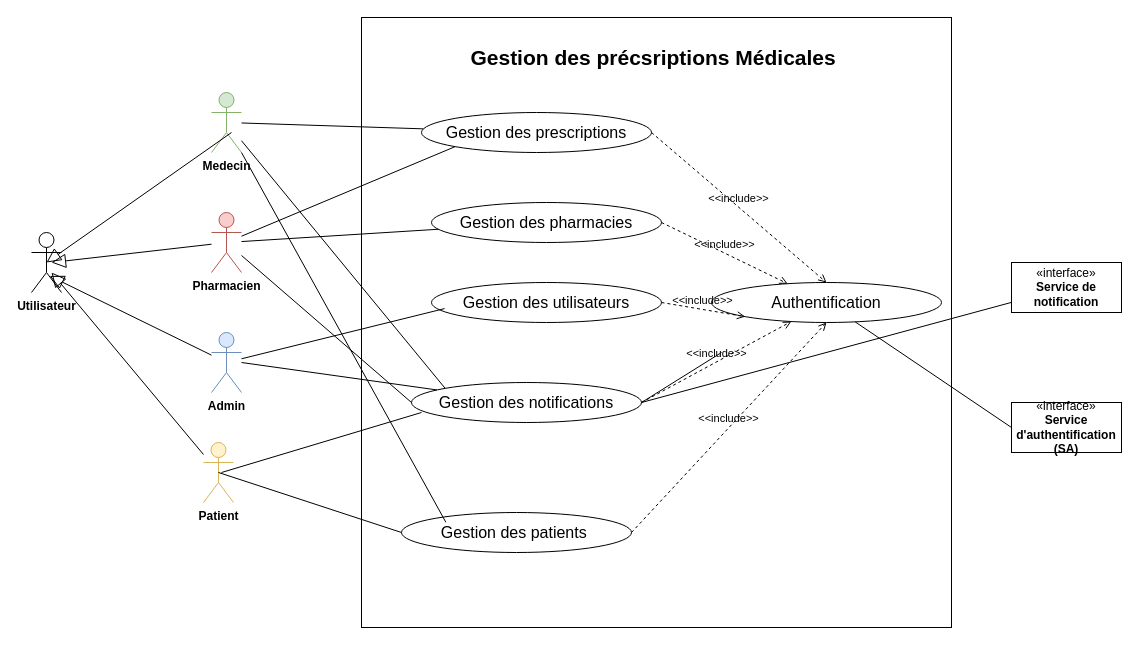
The draw.io diagram Use case Raffiné.drawio in siwar630/Conception-pfe, before the edit. Source tidied: cells renumbered, new cells numbered last; positions are measured from the earlier drawing's top-left corner, leaving out a move shared by most shapes. Both pictures are drawn from the tidied source at 100%, with x=0, y=0 at pixel (31, 17).
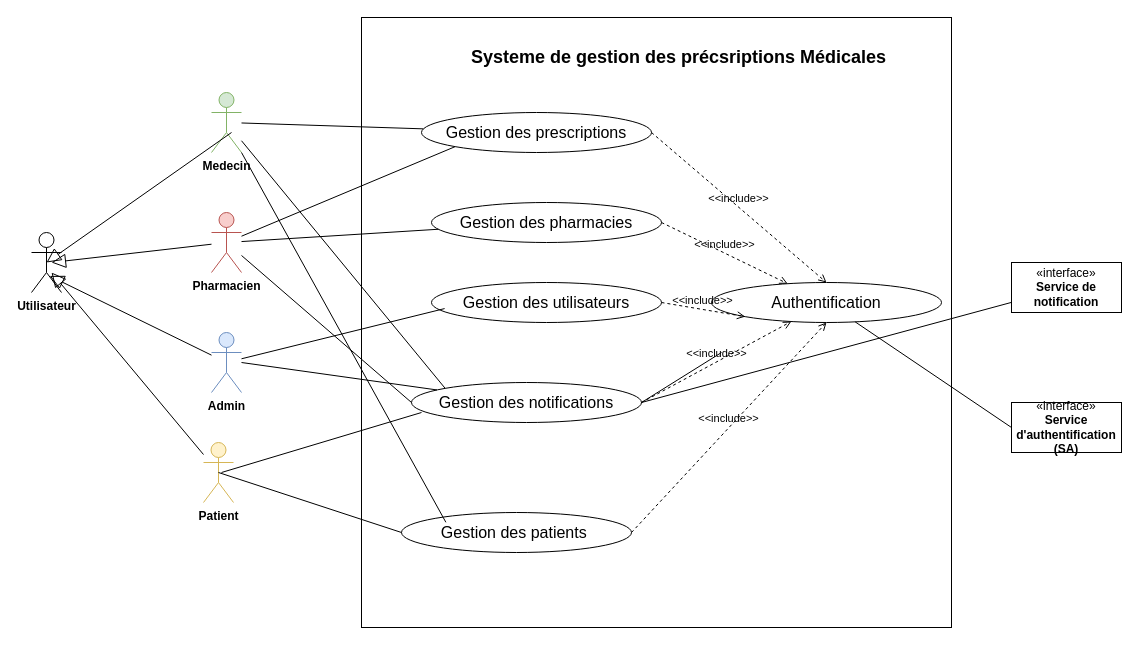
The same diagram, later.

Commit message:
Mettre à jour Use case Raffiné.drawio

Change to the diagram source:
```diff
@@
-    <mxCell id="3" value="&lt;b&gt;&lt;font style=&quot;font-size: 21px;&quot;&gt;Gestion des précsriptions Médicales&amp;nbsp;&lt;/font&gt;&lt;/b&gt;" style="text;html=1;align=center;verticalAlign=middle;whiteSpace=wrap;rounded=0;" parent="1" vertex="1">
-      <mxGeometry x="430" y="25" width="390" height="30" as="geometry" />
+    <mxCell id="3" value="&lt;b&gt;&lt;font style=&quot;font-size: 18px;&quot;&gt;Systeme de gestion des précsriptions Médicales&amp;nbsp;&lt;/font&gt;&lt;/b&gt;" style="text;html=1;align=center;verticalAlign=middle;whiteSpace=wrap;rounded=0;" parent="1" vertex="1">
+      <mxGeometry x="430" y="25" width="440" height="30" as="geometry" />
     </mxCell>
```
